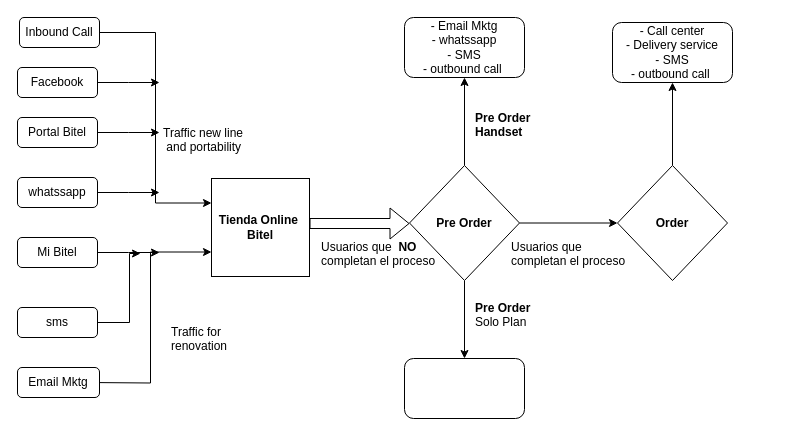
Before: Management of Personal Data.drawio in czevallos99/Ecommerce, a draw.io diagram. Source tidied: cells renumbered, new cells numbered last; positions are measured from the earlier drawing's top-left corner, leaving out a move shared by most shapes. Both pictures are drawn from the tidied source at 100%, with x=0, y=0 at pixel (17, 17).
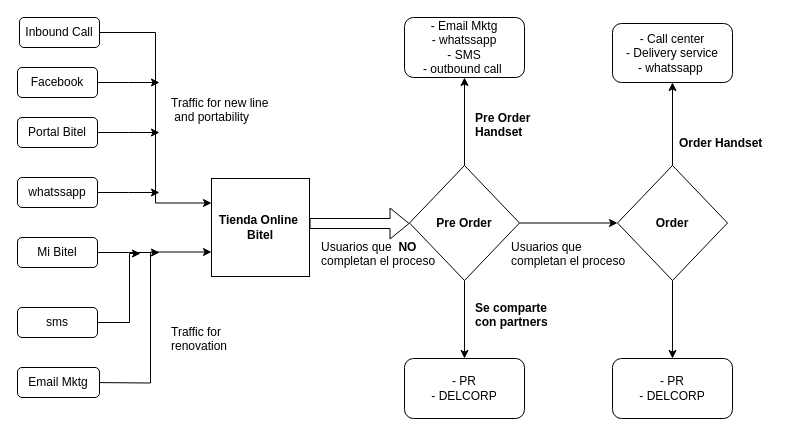
Above is the later version.

Unchanged cells that the change refers to:
```xml
<mxCell id="25" value="&lt;b&gt;Order&lt;/b&gt;" style="rhombus;whiteSpace=wrap;html=1;" parent="1" vertex="1">
  <mxGeometry x="600" y="148" width="110" height="115" as="geometry" />
</mxCell>
```

What changed in the source:
```diff
@@
-    <mxCell id="15" value="Traffic new line&lt;br&gt;&amp;nbsp;and portability" style="text;html=1;align=left;verticalAlign=top;spacingTop=-4;" parent="1" vertex="1">
-      <mxGeometry x="144" y="106" width="100" height="30" as="geometry" />
+    <mxCell id="15" value="Traffic for new line&lt;br&gt;&amp;nbsp;and portability" style="text;html=1;align=left;verticalAlign=top;spacingTop=-4;" parent="1" vertex="1">
+      <mxGeometry x="152" y="76" width="110" height="30" as="geometry" />
     </mxCell>
@@
+    <mxCell id="33" style="edgeStyle=orthogonalEdgeStyle;rounded=0;jettySize=auto;html=1;" parent="1" edge="1" source="25" target="35">
+      <mxGeometry relative="1" as="geometry" />
+    </mxCell>
@@
-    <mxCell id="30" value="&lt;b&gt;Pre Order&lt;br&gt;&lt;/b&gt;Solo Plan&lt;br&gt;" style="text;html=1;align=left;verticalAlign=top;spacingTop=-4;" parent="1" vertex="1">
-      <mxGeometry x="456" y="280.5" width="70" height="30" as="geometry" />
+    <mxCell id="30" value="&lt;b&gt;Se comparte&lt;br&gt;con partners&lt;/b&gt;&lt;br&gt;" style="text;html=1;align=left;verticalAlign=top;spacingTop=-4;" parent="1" vertex="1">
+      <mxGeometry x="456" y="280.5" width="90" height="30" as="geometry" />
     </mxCell>
-    <mxCell id="31" style="rounded=1;whiteSpace=wrap;html=1;" parent="1" vertex="1">
+    <mxCell id="31" value="- PR&lt;br&gt;- DELCORP&lt;br&gt;" style="rounded=1;whiteSpace=wrap;html=1;" parent="1" vertex="1">
       <mxGeometry x="387" y="341" width="120" height="60" as="geometry" />
     </mxCell>
-    <mxCell id="32" value="- Call center&lt;br&gt;- Delivery service&lt;br&gt;- SMS&lt;br&gt;- outbound call&amp;nbsp;&lt;br&gt;" style="rounded=1;whiteSpace=wrap;html=1;" parent="1" vertex="1">
-      <mxGeometry x="595" y="5" width="120" height="60" as="geometry" />
+    <mxCell id="32" value="- Call center&lt;br&gt;- Delivery service&lt;br&gt;- whatssapp&amp;nbsp;&lt;br&gt;" style="rounded=1;whiteSpace=wrap;html=1;" parent="1" vertex="1">
+      <mxGeometry x="595" y="6" width="120" height="59" as="geometry" />
     </mxCell>
+    <mxCell id="34" value="&lt;b&gt;Order&amp;nbsp;Handset&lt;/b&gt;&lt;br&gt;" style="text;html=1;align=left;verticalAlign=top;spacingTop=-4;" parent="1" vertex="1">
+      <mxGeometry x="660" y="116" width="100" height="20" as="geometry" />
+    </mxCell>
+    <mxCell id="35" value="- PR&lt;br&gt;- DELCORP&lt;br&gt;" style="rounded=1;whiteSpace=wrap;html=1;" parent="1" vertex="1">
+      <mxGeometry x="595" y="341" width="120" height="60" as="geometry" />
+    </mxCell>
```
